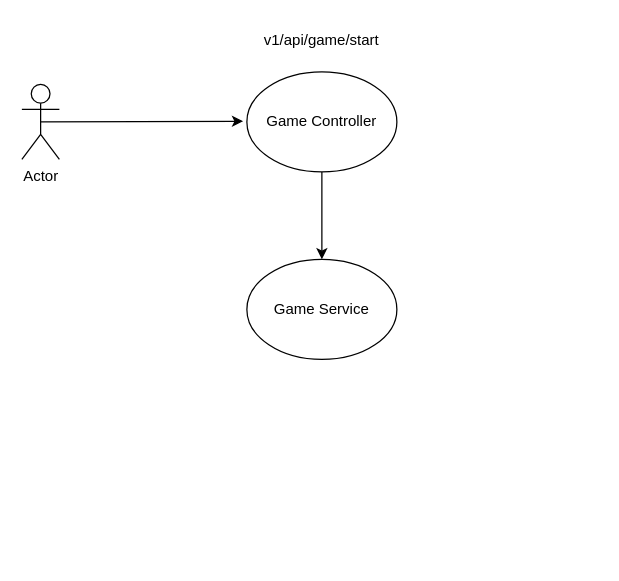
This is design/scissors-game-service-draft-design-flow.drawio from hhovhann/Scissors-Game-Service, a draw.io file, before an edit. Source tidied: cells renumbered, new cells numbered last; positions are measured from the earlier drawing's top-left corner, leaving out a move shared by most shapes. Both pictures are drawn from the tidied source at 125%, with x=0, y=0 at pixel (21, 21).
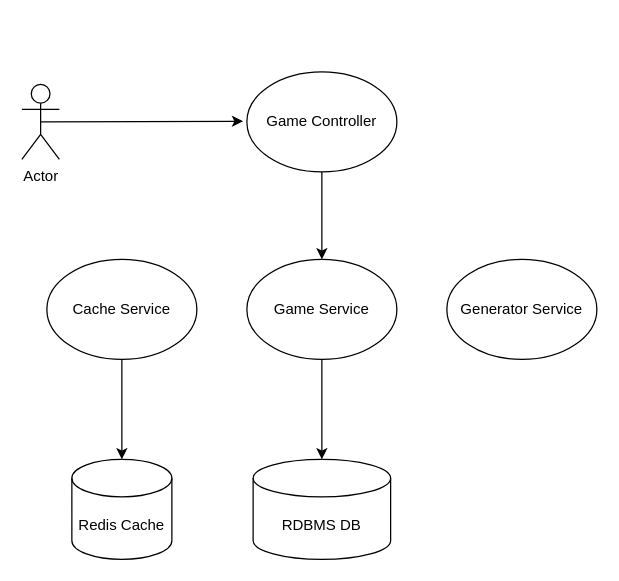
Above is the later version.

What changed in the source:
```diff
@@
 <mxGraphModel>
   <root>
     <mxCell id="0" />
     <mxCell id="1" parent="0" />
     <mxCell id="2" value="Actor" style="shape=umlActor;verticalLabelPosition=bottom;verticalAlign=top;html=1;outlineConnect=0;" parent="1" vertex="1">
       <mxGeometry y="50" width="30" height="60" as="geometry" />
     </mxCell>
     <mxCell id="3" value="Game Service" style="ellipse;whiteSpace=wrap;html=1;" parent="1" vertex="1">
       <mxGeometry x="180" y="190" width="120" height="80" as="geometry" />
     </mxCell>
     <mxCell id="4" style="edgeStyle=orthogonalEdgeStyle;rounded=0;jettySize=auto;html=1;exitX=0.5;exitY=0.5;exitDx=0;exitDy=0;exitPerimeter=0;" parent="1" edge="1" source="2">
       <mxGeometry relative="1" as="geometry">
         <mxPoint x="177" y="79.5" as="targetPoint" />
       </mxGeometry>
     </mxCell>
     <mxCell id="5" style="edgeStyle=orthogonalEdgeStyle;rounded=0;jettySize=auto;html=1;entryX=0.5;entryY=0;entryDx=0;entryDy=0;" parent="1" edge="1" source="6" target="3">
       <mxGeometry relative="1" as="geometry" />
     </mxCell>
     <mxCell id="6" value="Game Controller" style="ellipse;whiteSpace=wrap;html=1;" parent="1" vertex="1">
       <mxGeometry x="180" y="40" width="120" height="80" as="geometry" />
     </mxCell>
-    <mxCell id="7" value="v1/api/game/start&lt;br&gt;" style="text;html=1;strokeColor=none;fillColor=none;align=center;verticalAlign=middle;whiteSpace=wrap;rounded=0;" parent="1" vertex="1">
-      <mxGeometry x="195" width="90" height="30" as="geometry" />
-    </mxCell>
+    <mxCell id="8" style="edgeStyle=orthogonalEdgeStyle;rounded=0;jettySize=auto;html=1;" parent="1" edge="1" source="9" target="11">
+      <mxGeometry relative="1" as="geometry" />
+    </mxCell>
+    <mxCell id="9" value="Cache Service" style="ellipse;whiteSpace=wrap;html=1;" parent="1" vertex="1">
+      <mxGeometry x="20" y="190" width="120" height="80" as="geometry" />
+    </mxCell>
+    <mxCell id="10" value="Generator Service" style="ellipse;whiteSpace=wrap;html=1;" parent="1" vertex="1">
+      <mxGeometry x="340" y="190" width="120" height="80" as="geometry" />
+    </mxCell>
+    <mxCell id="11" value="Redis Cache" style="shape=cylinder3;whiteSpace=wrap;html=1;boundedLbl=1;backgroundOutline=1;size=15;" parent="1" vertex="1">
+      <mxGeometry x="40" y="350" width="80" height="80" as="geometry" />
+    </mxCell>
+    <mxCell id="12" value="RDBMS DB" style="shape=cylinder3;whiteSpace=wrap;html=1;boundedLbl=1;backgroundOutline=1;size=15;" parent="1" vertex="1">
+      <mxGeometry x="185" y="350" width="110" height="80" as="geometry" />
+    </mxCell>
+    <mxCell id="13" style="edgeStyle=orthogonalEdgeStyle;rounded=0;jettySize=auto;html=1;entryX=0.5;entryY=0;entryDx=0;entryDy=0;entryPerimeter=0;" parent="1" edge="1" source="3" target="12">
+      <mxGeometry relative="1" as="geometry" />
+    </mxCell>
   </root>
 </mxGraphModel>
```
